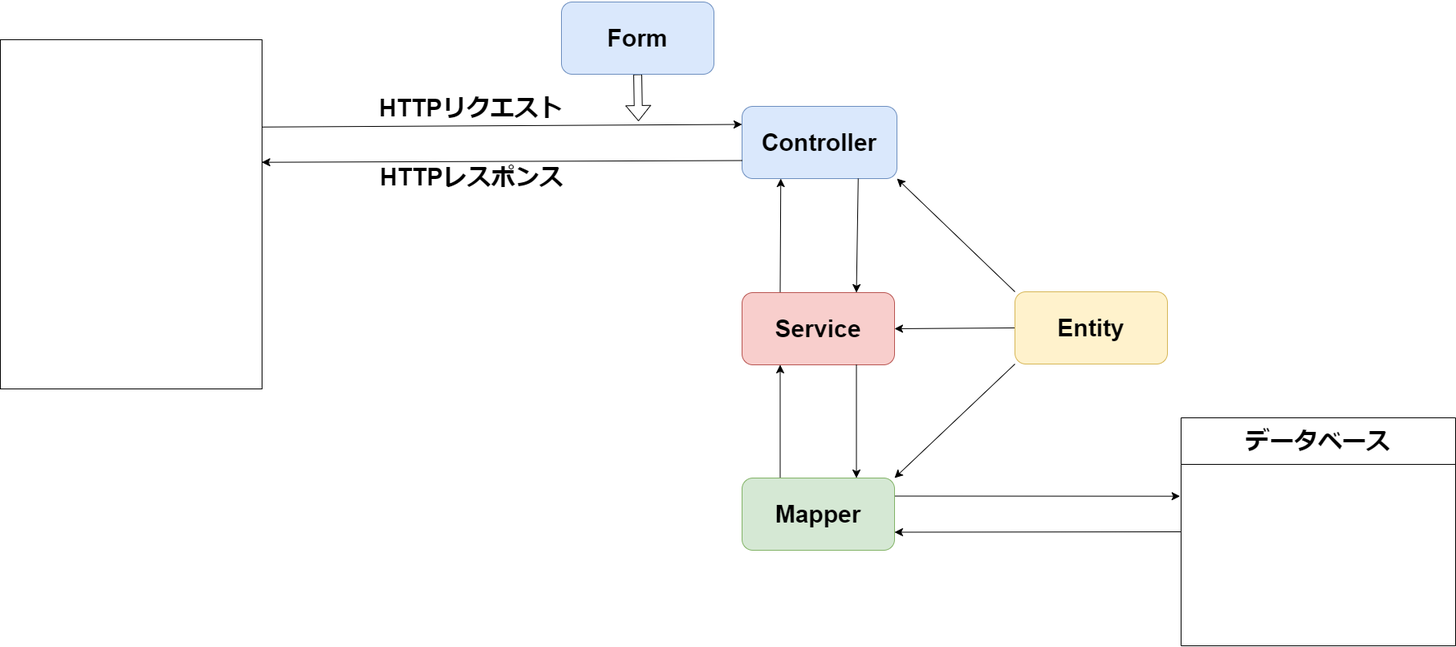
Earlier version of the draw.io export アプリケーション概略図.drawio.png (InoseDa/spring). Source tidied: cells renumbered, new cells last; positions are measured from the earlier drawing's top-left corner, leaving out a move shared by most shapes.
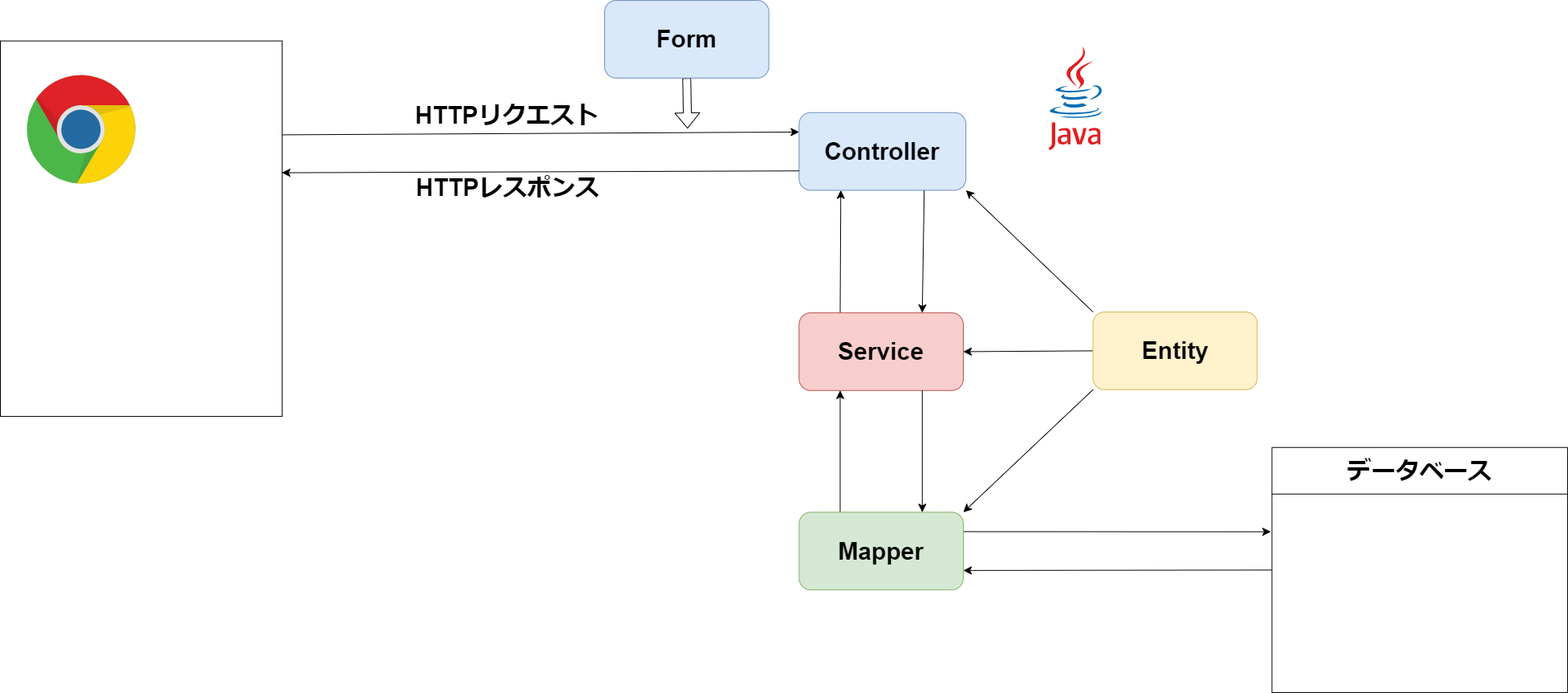
The same file after the commit.

Commit message:
アプリケーション概略図.drawio.png を更新します

Diff of the diagram source:
```diff
@@ -2,32 +2,35 @@
   <root>
     <mxCell id="0" />
     <mxCell id="1" parent="0" />
+    <mxCell id="27" style="group;" parent="1" vertex="1">
+      <mxGeometry x="-57" y="33" width="1952.9" height="862" as="geometry" />
+    </mxCell>
-    <mxCell id="2" style="group;" parent="1" vertex="1">
-      <mxGeometry width="1454" height="785.4" as="geometry" />
+    <mxCell id="2" style="group;" parent="27" vertex="1">
+      <mxGeometry width="1566.2" height="844.1" as="geometry" />
     </mxCell>
     <mxCell id="3" style="edgeStyle=none;curved=1;rounded=0;orthogonalLoop=1;jettySize=auto;html=1;exitX=0.75;exitY=1;exitDx=0;exitDy=0;fontSize=12;startSize=8;endSize=8;" parent="2" edge="1">
       <mxGeometry relative="1" as="geometry">
-        <mxPoint x="103.8" y="372" as="sourcePoint" />
-        <mxPoint x="103.8" y="372" as="targetPoint" />
+        <mxPoint x="111.8" y="399.8" as="sourcePoint" />
+        <mxPoint x="111.8" y="399.8" as="targetPoint" />
       </mxGeometry>
     </mxCell>
     <mxCell id="4" style="edgeStyle=none;curved=1;rounded=0;orthogonalLoop=1;jettySize=auto;html=1;exitX=0.75;exitY=1;exitDx=0;exitDy=0;fontSize=12;startSize=8;endSize=8;" parent="2" edge="1">
       <mxGeometry relative="1" as="geometry">
-        <mxPoint x="103.8" y="372" as="sourcePoint" />
-        <mxPoint x="103.8" y="372" as="targetPoint" />
+        <mxPoint x="111.8" y="399.8" as="sourcePoint" />
+        <mxPoint x="111.8" y="399.8" as="targetPoint" />
       </mxGeometry>
     </mxCell>
     <mxCell id="5" style="group;" parent="2" vertex="1">
-      <mxGeometry x="548" y="144" width="793.6" height="641.4" as="geometry" />
+      <mxGeometry x="590.3" y="154.8" width="854.9" height="689.3" as="geometry" />
     </mxCell>
     <mxCell id="6" value="&lt;p style=&quot;font-size: 30px;&quot;&gt;&lt;span style=&quot;font-size: 30px;&quot;&gt;&lt;span style=&quot;font-size: 30px;&quot;&gt;Controller&lt;/span&gt;&lt;/span&gt;&lt;/p&gt;" style="rounded=1;whiteSpace=wrap;html=1;fontSize=30;fillColor=#dae8fc;strokeColor=#6c8ebf;fontStyle=1;horizontal=1;align=center;" parent="2" vertex="1">
-      <mxGeometry x="924" y="130" width="193" height="90" as="geometry" />
+      <mxGeometry x="995.3" y="139.7" width="207.9" height="96.7" as="geometry" />
     </mxCell>
     <mxCell id="7" style="edgeStyle=none;curved=1;rounded=0;jettySize=auto;html=1;exitX=0.25;exitY=0;exitDx=0;exitDy=0;entryX=0.25;entryY=1;entryDx=0;entryDy=0;fontSize=12;startSize=8;endSize=8;" parent="2" edge="1" source="8" target="6">
       <mxGeometry relative="1" as="geometry" />
     </mxCell>
     <mxCell id="8" value="&lt;p style=&quot;font-size: 30px;&quot;&gt;&lt;span style=&quot;font-size: 30px;&quot;&gt;&lt;span style=&quot;font-size: 30px;&quot;&gt;Service&lt;/span&gt;&lt;/span&gt;&lt;/p&gt;" style="rounded=1;whiteSpace=wrap;html=1;fontSize=30;fillColor=#f8cecc;strokeColor=#b85450;fontStyle=1;horizontal=1;align=center;" parent="2" vertex="1">
-      <mxGeometry x="924" y="362" width="190" height="90" as="geometry" />
+      <mxGeometry x="995.3" y="389.1" width="204.7" height="96.7" as="geometry" />
     </mxCell>
     <mxCell id="9" style="edgeStyle=none;curved=1;rounded=0;jettySize=auto;html=1;exitX=0.75;exitY=1;exitDx=0;exitDy=0;entryX=0.75;entryY=0;entryDx=0;entryDy=0;fontSize=12;startSize=8;endSize=8;" parent="2" edge="1" source="6" target="8">
       <mxGeometry relative="1" as="geometry" />
@@ -37,22 +40,22 @@
     </mxCell>
     <mxCell id="11" style="edgeStyle=none;curved=1;rounded=0;jettySize=auto;html=1;exitX=1;exitY=0.25;exitDx=0;exitDy=0;fontSize=12;startSize=8;endSize=8;" parent="2" edge="1" source="12">
       <mxGeometry relative="1" as="geometry">
-        <mxPoint x="1469.7" y="615.7" as="targetPoint" />
+        <mxPoint x="1583.1" y="661.7" as="targetPoint" />
       </mxGeometry>
     </mxCell>
     <mxCell id="12" value="&lt;p style=&quot;font-size: 30px;&quot;&gt;&lt;span style=&quot;font-size: 30px;&quot;&gt;&lt;span style=&quot;font-size: 30px;&quot;&gt;Mapper&lt;/span&gt;&lt;/span&gt;&lt;/p&gt;" style="rounded=1;whiteSpace=wrap;html=1;fontSize=30;fillColor=#d5e8d4;strokeColor=#82b366;fontStyle=1;horizontal=1;align=center;" parent="2" vertex="1">
-      <mxGeometry x="924" y="593" width="190" height="90" as="geometry" />
+      <mxGeometry x="995.3" y="637.4" width="204.7" height="96.7" as="geometry" />
     </mxCell>
     <mxCell id="13" style="edgeStyle=none;curved=1;rounded=0;jettySize=auto;html=1;exitX=0.75;exitY=1;exitDx=0;exitDy=0;entryX=0.75;entryY=0;entryDx=0;entryDy=0;fontSize=12;startSize=8;endSize=8;" parent="2" edge="1" source="8" target="12">
       <mxGeometry relative="1" as="geometry" />
     </mxCell>
     <mxCell id="14" style="edgeStyle=none;curved=1;rounded=0;jettySize=auto;html=1;exitX=0.5;exitY=1;exitDx=0;exitDy=0;fontSize=12;shape=flexArrow;" parent="2" edge="1" source="15">
       <mxGeometry relative="1" as="geometry">
-        <mxPoint x="795" y="148.5" as="targetPoint" />
+        <mxPoint x="856.4" y="159.6" as="targetPoint" />
       </mxGeometry>
     </mxCell>
     <mxCell id="15" value="&lt;p style=&quot;font-size: 30px;&quot;&gt;&lt;span style=&quot;font-size: 30px;&quot;&gt;&lt;span style=&quot;font-size: 30px;&quot;&gt;Form&lt;/span&gt;&lt;/span&gt;&lt;/p&gt;" style="rounded=1;whiteSpace=wrap;html=1;fontSize=30;fillColor=#dae8fc;strokeColor=#6c8ebf;fontStyle=1;horizontal=1;align=center;" parent="2" vertex="1">
-      <mxGeometry x="699" width="190" height="90" as="geometry" />
+      <mxGeometry x="753" width="204.7" height="96.7" as="geometry" />
     </mxCell>
     <mxCell id="16" style="edgeStyle=none;curved=1;rounded=0;jettySize=auto;html=1;exitX=0;exitY=0;exitDx=0;exitDy=0;entryX=1;entryY=1;entryDx=0;entryDy=0;fontSize=12;startSize=8;endSize=8;" parent="2" edge="1" source="19" target="6">
       <mxGeometry relative="1" as="geometry" />
@@ -64,7 +67,7 @@
       <mxGeometry relative="1" as="geometry" />
     </mxCell>
     <mxCell id="19" value="&lt;p style=&quot;font-size: 30px;&quot;&gt;&lt;span style=&quot;font-size: 30px;&quot;&gt;&lt;span style=&quot;font-size: 30px;&quot;&gt;Entity&lt;/span&gt;&lt;/span&gt;&lt;/p&gt;" style="rounded=1;whiteSpace=wrap;html=1;fontSize=30;fillColor=#fff2cc;strokeColor=#d6b656;fontStyle=1;horizontal=1;align=center;" parent="2" vertex="1">
-      <mxGeometry x="1264" y="361" width="190" height="90" as="geometry" />
+      <mxGeometry x="1361.6" y="388" width="204.7" height="96.7" as="geometry" />
     </mxCell>
     <mxCell id="20" style="edgeStyle=none;curved=1;rounded=0;jettySize=auto;html=1;exitX=1;exitY=0.25;exitDx=0;exitDy=0;entryX=0;entryY=0.25;entryDx=0;entryDy=0;fontSize=12;startSize=8;endSize=8;" parent="2" edge="1" source="22" target="6">
       <mxGeometry relative="1" as="geometry" />
@@ -75,7 +78,7 @@
       </mxGeometry>
     </mxCell>
     <mxCell id="22" style="rounded=0;whiteSpace=wrap;html=1;fontSize=16;" parent="2" vertex="1">
-      <mxGeometry y="47" width="326" height="435" as="geometry" />
+      <mxGeometry y="50.5" width="351.2" height="467.5" as="geometry" />
     </mxCell>
     <mxCell id="23" style="edgeStyle=none;curved=1;rounded=0;jettySize=auto;html=1;exitX=0;exitY=0.75;exitDx=0;exitDy=0;fontSize=12;startSize=8;endSize=8;entryX=0.999;entryY=0.351;entryDx=0;entryDy=0;entryPerimeter=0;" parent="2" edge="1" source="6" target="22">
       <mxGeometry relative="1" as="geometry" />
@@ -85,11 +88,17 @@
         <mxPoint x="-13" y="21" as="offset" />
       </mxGeometry>
     </mxCell>
+    <mxCell id="28" style="dashed=0;html=1;align=center;labelPosition=center;verticalLabelPosition=bottom;verticalAlign=top;shape=mxgraph.weblogos.chrome;fontSize=16;" parent="2" vertex="1">
+      <mxGeometry x="33" y="93" width="136.9" height="138" as="geometry" />
+    </mxCell>
+    <mxCell id="29" style="dashed=0;html=1;align=center;labelPosition=center;verticalLabelPosition=bottom;verticalAlign=top;shape=mxgraph.weblogos.java;fontSize=16;" parent="2" vertex="1">
+      <mxGeometry x="1306" y="58" width="68" height="128.5" as="geometry" />
+    </mxCell>
-    <mxCell id="25" style="edgeStyle=none;curved=1;rounded=0;jettySize=auto;html=1;exitX=0;exitY=0.5;exitDx=0;exitDy=0;entryX=1;entryY=0.75;entryDx=0;entryDy=0;fontSize=12;startSize=8;endSize=8;" parent="1" edge="1" source="26" target="12">
+    <mxCell id="25" style="edgeStyle=none;curved=1;rounded=0;jettySize=auto;html=1;exitX=0;exitY=0.5;exitDx=0;exitDy=0;entryX=1;entryY=0.75;entryDx=0;entryDy=0;fontSize=12;startSize=8;endSize=8;" parent="27" edge="1" source="26" target="12">
       <mxGeometry relative="1" as="geometry" />
     </mxCell>
-    <mxCell id="26" value="&lt;font style=&quot;font-size: 30px;&quot;&gt;データベース&lt;/font&gt;" style="swimlane;whiteSpace=wrap;html=1;fontSize=16;startSize=58;" parent="1" vertex="1">
-      <mxGeometry x="1471" y="518" width="342" height="284" as="geometry" />
+    <mxCell id="26" value="&lt;font style=&quot;font-size: 30px;&quot;&gt;データベース&lt;/font&gt;" style="swimlane;whiteSpace=wrap;html=1;fontSize=16;startSize=58;" parent="27" vertex="1">
+      <mxGeometry x="1584.5" y="556.8" width="368.4" height="305.2" as="geometry" />
     </mxCell>
   </root>
 </mxGraphModel>
```
